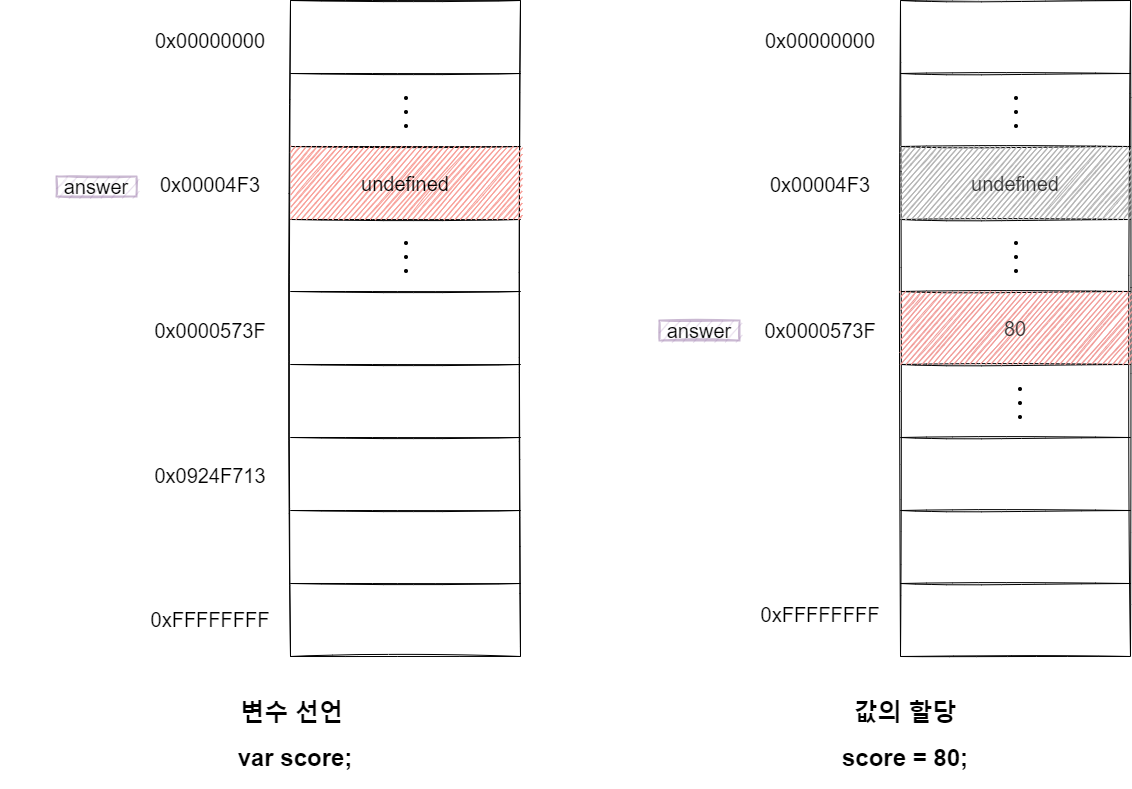
Above: JavaScript/images/assignment.png in canmarkme/Today-ILearned (draw.io), before the change. Source tidied: cells renumbered, new cells last; positions are measured from the earlier drawing's top-left corner, leaving out a move shared by most shapes.
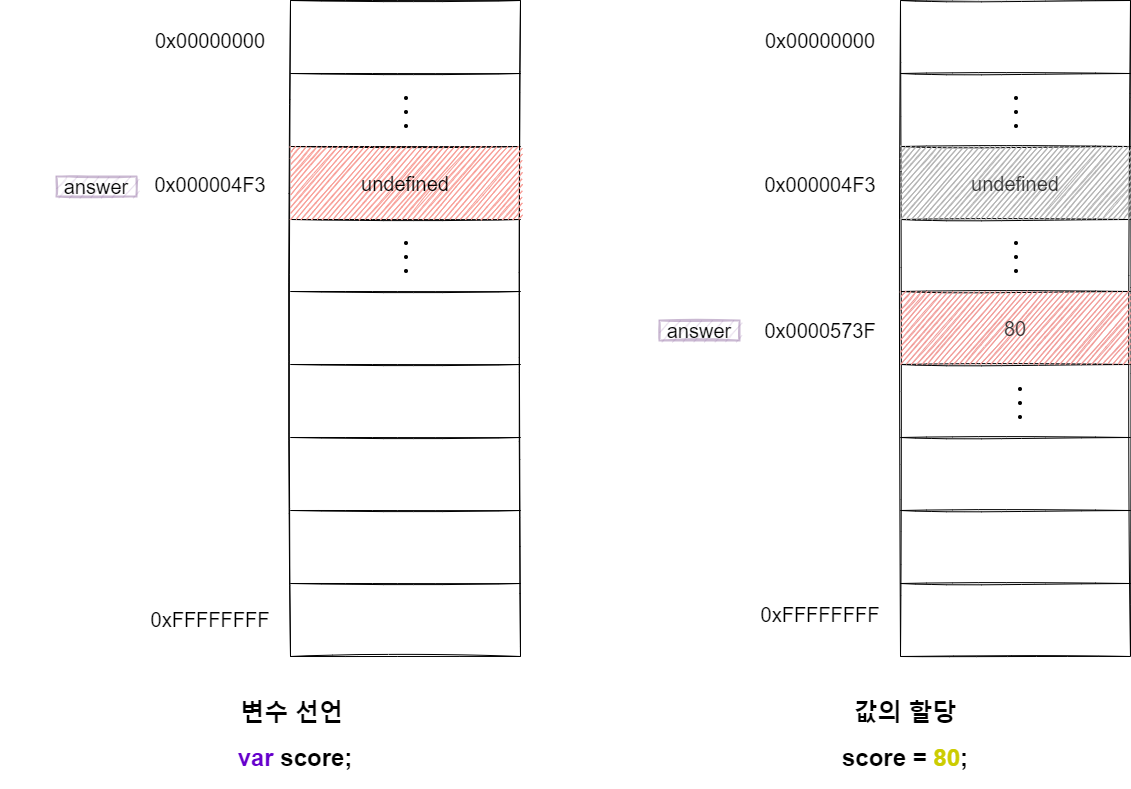
Above is the later version.

Change to the diagram source:
```diff
@@ -65,19 +65,13 @@
     <mxCell id="22" value="&lt;font style=&quot;font-size: 20px&quot;&gt;0x00000000&lt;/font&gt;" style="text;html=1;strokeColor=none;fillColor=none;align=center;verticalAlign=middle;whiteSpace=wrap;rounded=0;sketch=0;" parent="2" vertex="1">
       <mxGeometry x="130" y="30" width="160" height="20" as="geometry" />
     </mxCell>
-    <mxCell id="23" value="&lt;font style=&quot;font-size: 20px&quot;&gt;0x00004F3&lt;/font&gt;" style="text;html=1;strokeColor=none;fillColor=none;align=center;verticalAlign=middle;whiteSpace=wrap;rounded=0;sketch=0;" parent="2" vertex="1">
+    <mxCell id="23" value="&lt;font style=&quot;font-size: 20px&quot;&gt;0x000004F3&lt;/font&gt;" style="text;html=1;strokeColor=none;fillColor=none;align=center;verticalAlign=middle;whiteSpace=wrap;rounded=0;sketch=0;" parent="2" vertex="1">
       <mxGeometry x="130" y="174" width="160" height="20" as="geometry" />
     </mxCell>
-    <mxCell id="24" value="&lt;font style=&quot;font-size: 20px&quot;&gt;0x0000573F&lt;/font&gt;" style="text;html=1;strokeColor=none;fillColor=none;align=center;verticalAlign=middle;whiteSpace=wrap;rounded=0;sketch=0;" parent="2" vertex="1">
-      <mxGeometry x="130" y="320" width="160" height="20" as="geometry" />
-    </mxCell>
-    <mxCell id="25" value="&lt;font style=&quot;font-size: 20px&quot;&gt;0x0924F713&lt;/font&gt;" style="text;html=1;strokeColor=none;fillColor=none;align=center;verticalAlign=middle;whiteSpace=wrap;rounded=0;sketch=0;" parent="2" vertex="1">
-      <mxGeometry x="130" y="465" width="160" height="20" as="geometry" />
-    </mxCell>
     <mxCell id="26" value="&lt;font style=&quot;font-size: 20px&quot;&gt;0xFFFFFFFF&lt;/font&gt;" style="text;html=1;strokeColor=none;fillColor=none;align=center;verticalAlign=middle;whiteSpace=wrap;rounded=0;sketch=0;" parent="2" vertex="1">
       <mxGeometry x="130" y="609" width="160" height="20" as="geometry" />
     </mxCell>
-    <mxCell id="27" value="&lt;h1&gt;변수 선언&amp;nbsp;&lt;/h1&gt;&lt;h1&gt;var score;&lt;/h1&gt;" style="text;html=1;strokeColor=none;fillColor=none;align=center;verticalAlign=middle;whiteSpace=wrap;rounded=0;sketch=0;" parent="2" vertex="1">
+    <mxCell id="27" value="&lt;h1&gt;변수 선언&amp;nbsp;&lt;/h1&gt;&lt;h1&gt;&lt;font color=&quot;#6600cc&quot;&gt;var &lt;/font&gt;score;&lt;/h1&gt;" style="text;html=1;strokeColor=none;fillColor=none;align=center;verticalAlign=middle;whiteSpace=wrap;rounded=0;sketch=0;" parent="2" vertex="1">
       <mxGeometry x="210" y="690" width="170" height="90" as="geometry" />
     </mxCell>
     <mxCell id="28" value="&lt;span style=&quot;font-size: 20px&quot;&gt;answer&lt;/span&gt;" style="text;html=1;strokeColor=#9673a6;fillColor=#e1d5e7;align=center;verticalAlign=middle;whiteSpace=wrap;rounded=0;sketch=1;opacity=50;strokeWidth=2;" parent="2" vertex="1">
@@ -149,13 +143,13 @@
     <mxCell id="50" value="&lt;font style=&quot;font-size: 20px&quot;&gt;0x00000000&lt;/font&gt;" style="text;html=1;strokeColor=none;fillColor=none;align=center;verticalAlign=middle;whiteSpace=wrap;rounded=0;sketch=0;" parent="30" vertex="1">
       <mxGeometry x="130" y="30" width="160" height="20" as="geometry" />
     </mxCell>
-    <mxCell id="51" value="&lt;font style=&quot;font-size: 20px&quot;&gt;0x00004F3&lt;/font&gt;" style="text;html=1;strokeColor=none;fillColor=none;align=center;verticalAlign=middle;whiteSpace=wrap;rounded=0;sketch=0;" parent="30" vertex="1">
+    <mxCell id="51" value="&lt;font style=&quot;font-size: 20px&quot;&gt;0x000004F3&lt;/font&gt;" style="text;html=1;strokeColor=none;fillColor=none;align=center;verticalAlign=middle;whiteSpace=wrap;rounded=0;sketch=0;" parent="30" vertex="1">
       <mxGeometry x="130" y="174" width="160" height="20" as="geometry" />
     </mxCell>
     <mxCell id="52" value="&lt;font style=&quot;font-size: 20px&quot;&gt;0x0000573F&lt;/font&gt;" style="text;html=1;strokeColor=none;fillColor=none;align=center;verticalAlign=middle;whiteSpace=wrap;rounded=0;sketch=0;" parent="30" vertex="1">
       <mxGeometry x="130" y="320" width="160" height="20" as="geometry" />
     </mxCell>
-    <mxCell id="53" value="&lt;h1&gt;값의 할당&lt;/h1&gt;&lt;h1&gt;score = 80;&lt;/h1&gt;" style="text;html=1;strokeColor=none;fillColor=none;align=center;verticalAlign=middle;whiteSpace=wrap;rounded=0;sketch=0;" parent="30" vertex="1">
+    <mxCell id="53" value="&lt;h1&gt;값의 할당&lt;/h1&gt;&lt;h1&gt;score = &lt;font color=&quot;#cccc00&quot;&gt;80&lt;/font&gt;;&lt;/h1&gt;" style="text;html=1;strokeColor=none;fillColor=none;align=center;verticalAlign=middle;whiteSpace=wrap;rounded=0;sketch=0;" parent="30" vertex="1">
       <mxGeometry x="210" y="690" width="170" height="90" as="geometry" />
     </mxCell>
     <mxCell id="54" value="&lt;span style=&quot;font-size: 20px&quot;&gt;answer&lt;/span&gt;" style="text;html=1;strokeColor=#9673a6;fillColor=#e1d5e7;align=center;verticalAlign=middle;whiteSpace=wrap;rounded=0;sketch=1;opacity=50;strokeWidth=2;" parent="30" vertex="1">
```
